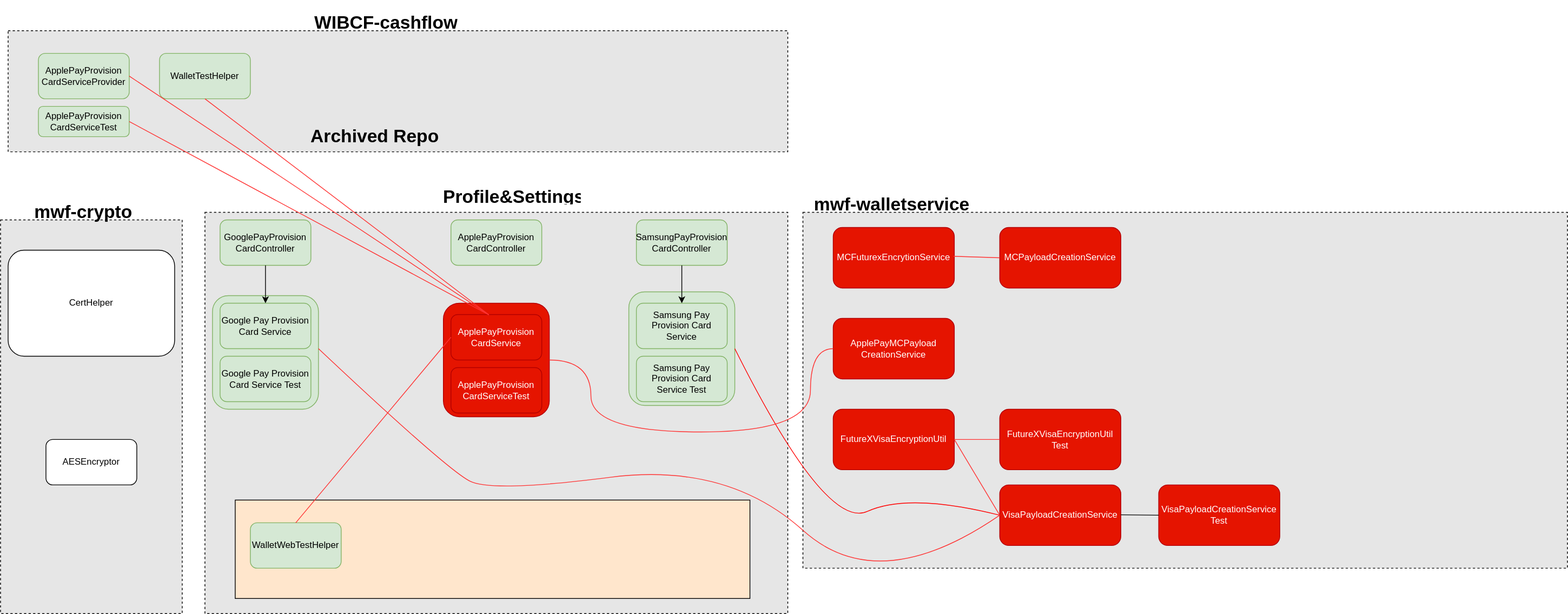
Earlier version of the draw.io export Work Samples/WF/Bouncy_Castle_Dependencies_Removal.drawio.svg (uchiharizvi/design-diagrams). Source tidied: cells renumbered, new cells last; positions are measured from the earlier drawing's top-left corner, leaving out a move shared by most shapes.
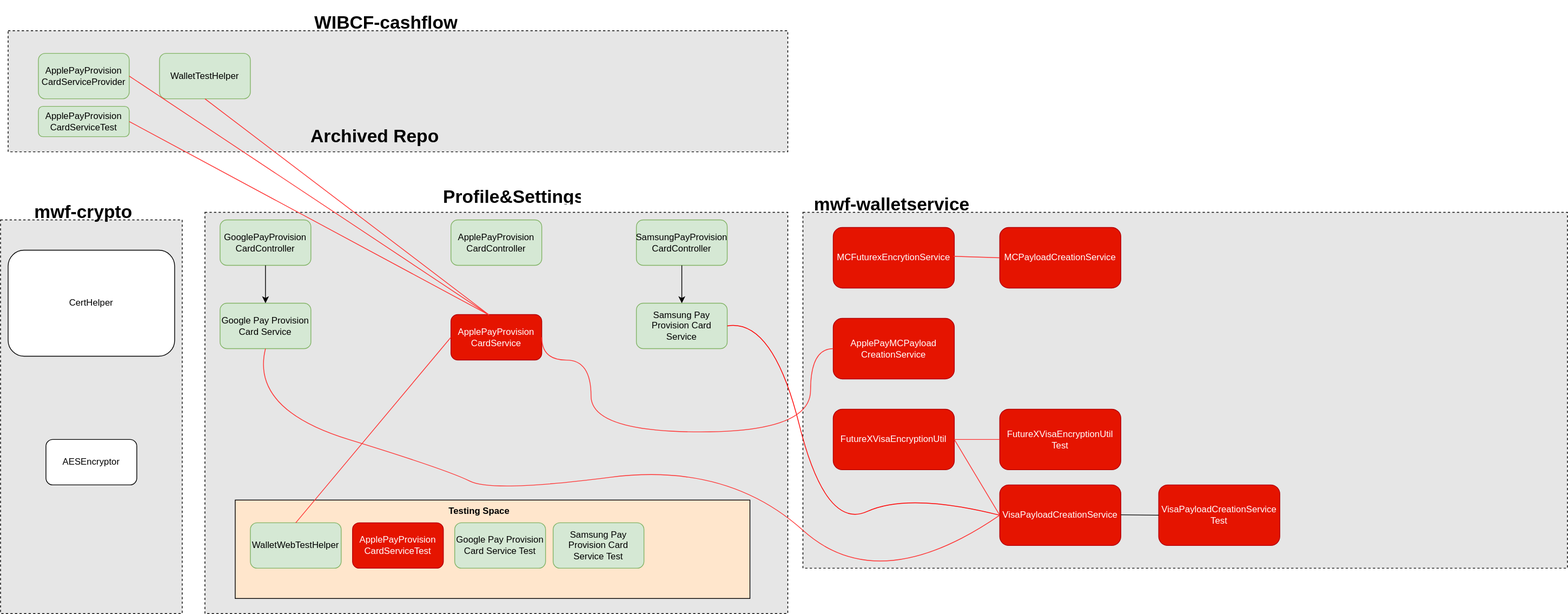
The same diagram one commit later.

Change to the diagram source:
```diff
@@ -8,12 +8,6 @@
     <mxCell id="3" style="rounded=0;whiteSpace=wrap;html=1;fillColor=#FFE6CC;" parent="1" vertex="1">
       <mxGeometry x="310" y="650" width="680" height="130" as="geometry" />
     </mxCell>
-    <mxCell id="4" style="rounded=1;whiteSpace=wrap;html=1;fillColor=#d5e8d4;strokeColor=#82b366;" parent="1" vertex="1">
-      <mxGeometry x="830" y="375" width="140" height="150" as="geometry" />
-    </mxCell>
-    <mxCell id="5" style="rounded=1;whiteSpace=wrap;html=1;fillColor=#d5e8d4;strokeColor=#82b366;" parent="1" vertex="1">
-      <mxGeometry x="280" y="380" width="140" height="150" as="geometry" />
-    </mxCell>
     <mxCell id="6" value="ApplePayProvision&lt;br style=&quot;border-color: var(--border-color);&quot;&gt;CardController" style="rounded=1;whiteSpace=wrap;html=1;fillColor=#d5e8d4;strokeColor=#82b366;" parent="1" vertex="1">
       <mxGeometry x="595" y="280" width="120" height="60" as="geometry" />
     </mxCell>
@@ -74,30 +68,31 @@
       </mxGeometry>
     </mxCell>
     <mxCell id="25" value="Samsung Pay Provision Card Service Test" style="rounded=1;whiteSpace=wrap;html=1;fillColor=#d5e8d4;strokeColor=#82b366;" parent="1" vertex="1">
-      <mxGeometry x="840" y="460" width="120" height="60" as="geometry" />
+      <mxGeometry x="730" y="680" width="120" height="60" as="geometry" />
     </mxCell>
     <mxCell id="26" value="Google Pay Provision Card Service" style="rounded=1;whiteSpace=wrap;html=1;fillColor=#d5e8d4;strokeColor=#82b366;" parent="1" vertex="1">
       <mxGeometry x="290" y="390" width="120" height="60" as="geometry" />
     </mxCell>
     <mxCell id="27" value="Google Pay Provision Card Service Test" style="rounded=1;whiteSpace=wrap;html=1;fillColor=#d5e8d4;strokeColor=#82b366;" parent="1" vertex="1">
-      <mxGeometry x="290" y="460" width="120" height="60" as="geometry" />
+      <mxGeometry x="600" y="680" width="120" height="60" as="geometry" />
     </mxCell>
     <mxCell id="28" value="Samsung Pay Provision Card Service" style="rounded=1;whiteSpace=wrap;html=1;fillColor=#d5e8d4;strokeColor=#82b366;" parent="1" vertex="1">
       <mxGeometry x="840" y="390" width="120" height="60" as="geometry" />
     </mxCell>
-    <mxCell id="29" style="curved=1;endArrow=none;html=1;rounded=0;exitX=1;exitY=0.5;exitDx=0;exitDy=0;entryX=0;entryY=0.5;entryDx=0;entryDy=0;endFill=0;startArrow=none;startFill=0;strokeColor=#FF0000;" parent="1" edge="1" source="4" target="20">
+    <mxCell id="29" style="curved=1;endArrow=none;html=1;rounded=0;exitX=1;exitY=0.5;exitDx=0;exitDy=0;entryX=0;entryY=0.5;entryDx=0;entryDy=0;endFill=0;startArrow=none;startFill=0;strokeColor=#FF0000;" parent="1" edge="1" source="28" target="20">
       <mxGeometry relative="1" as="geometry">
         <Array as="points">
+          <mxPoint x="1020" y="410" />
           <mxPoint x="1090" y="690" />
           <mxPoint x="1200" y="640" />
         </Array>
       </mxGeometry>
     </mxCell>
-    <mxCell id="30" style="curved=1;endArrow=none;html=1;rounded=0;exitX=1;exitY=0.5;exitDx=0;exitDy=0;endFill=0;fillColor=#e51400;strokeColor=#FF3333;" parent="1" edge="1">
+    <mxCell id="30" style="curved=1;endArrow=none;html=1;rounded=0;exitX=0.5;exitY=1;exitDx=0;exitDy=0;endFill=0;fillColor=#e51400;strokeColor=#FF3333;" parent="1" edge="1" source="26">
       <mxGeometry relative="1" as="geometry">
-        <mxPoint x="420" y="450" as="sourcePoint" />
         <mxPoint x="1320" y="670" as="targetPoint" />
         <Array as="points">
+          <mxPoint x="330" y="530" />
           <mxPoint x="590" y="610" />
           <mxPoint x="650" y="640" />
           <mxPoint x="960" y="600" />
@@ -105,18 +100,16 @@
         </Array>
       </mxGeometry>
     </mxCell>
-    <mxCell id="31" style="rounded=1;whiteSpace=wrap;html=1;fillColor=#e51400;strokeColor=#B20000;fontColor=#ffffff;" parent="1" vertex="1">
-      <mxGeometry x="585" y="390" width="140" height="150" as="geometry" />
-    </mxCell>
     <mxCell id="32" value="ApplePayProvision&lt;br&gt;CardService" style="rounded=1;whiteSpace=wrap;html=1;fillColor=#e51400;strokeColor=#B20000;fontColor=#ffffff;" parent="1" vertex="1">
       <mxGeometry x="595" y="405" width="120" height="60" as="geometry" />
     </mxCell>
     <mxCell id="33" value="ApplePayProvision CardServiceTest" style="rounded=1;whiteSpace=wrap;html=1;fillColor=#e51400;strokeColor=#B20000;fontColor=#ffffff;" parent="1" vertex="1">
-      <mxGeometry x="595" y="475" width="120" height="60" as="geometry" />
+      <mxGeometry x="465" y="680" width="120" height="60" as="geometry" />
     </mxCell>
-    <mxCell id="34" style="endArrow=none;html=1;rounded=0;exitX=1;exitY=0.5;exitDx=0;exitDy=0;entryX=0;entryY=0.5;entryDx=0;entryDy=0;edgeStyle=orthogonalEdgeStyle;curved=1;strokeColor=#FF3333;" parent="1" edge="1" source="31" target="16">
+    <mxCell id="34" style="endArrow=none;html=1;rounded=0;exitX=1;exitY=0.5;exitDx=0;exitDy=0;entryX=0;entryY=0.5;entryDx=0;entryDy=0;edgeStyle=orthogonalEdgeStyle;curved=1;strokeColor=#FF3333;" parent="1" edge="1" source="32" target="16">
       <mxGeometry relative="1" as="geometry">
         <Array as="points">
+          <mxPoint x="715" y="465" />
           <mxPoint x="780" y="465" />
           <mxPoint x="780" y="560" />
           <mxPoint x="1070" y="560" />
@@ -169,5 +162,8 @@
     <mxCell id="49" style="endArrow=none;html=1;rounded=0;exitX=0.5;exitY=0;exitDx=0;exitDy=0;entryX=0;entryY=0.5;entryDx=0;entryDy=0;strokeColor=#FF3333;" parent="1" edge="1" source="48" target="32">
       <mxGeometry relative="1" as="geometry" />
     </mxCell>
+    <mxCell id="50" value="&lt;b&gt;Testing Space&lt;/b&gt;" style="text;html=1;align=center;verticalAlign=middle;whiteSpace=wrap;rounded=0;" parent="1" vertex="1">
+      <mxGeometry x="585" y="650" width="95" height="30" as="geometry" />
+    </mxCell>
   </root>
 </mxGraphModel>
```
